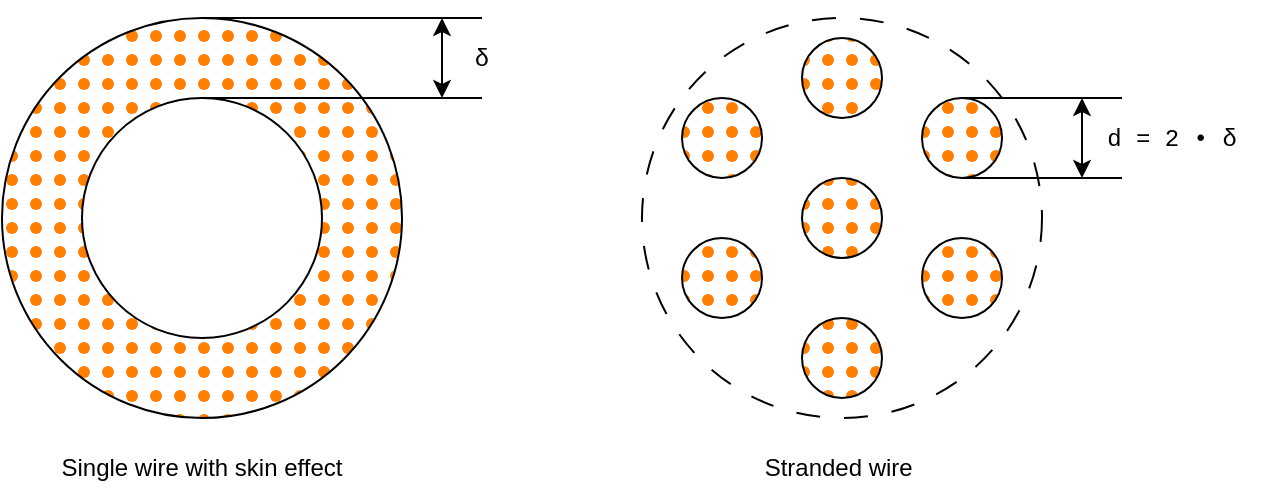
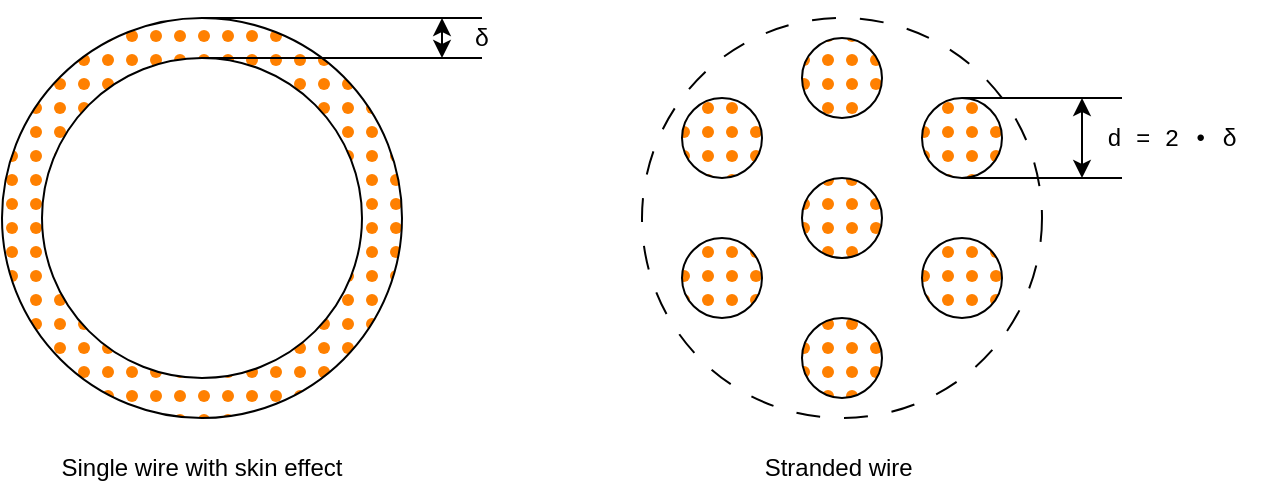
<mxfile host="Electron" agent="Mozilla/5.0 (Macintosh; Intel Mac OS X 10_15_7) AppleWebKit/537.36 (KHTML, like Gecko) draw.io/27.0.9 Chrome/134.0.6998.205 Electron/35.4.0 Safari/537.36" version="27.0.9">
  <diagram name="Page-1" id="DtA02MCZAmyAWzAIblyH">
-     <mxGraphModel dx="823" dy="590" grid="1" gridSize="10" guides="1" tooltips="1" connect="1" arrows="1" fold="1" page="1" pageScale="1" pageWidth="850" pageHeight="1100" math="0" shadow="0">
+     <mxGraphModel dx="1113" dy="799" grid="1" gridSize="10" guides="1" tooltips="1" connect="1" arrows="1" fold="1" page="1" pageScale="1" pageWidth="850" pageHeight="1100" math="0" shadow="0">
      <root>
        <mxCell id="0" />
        <mxCell id="1" parent="0" />
        <mxCell id="CJ5QHaKds9eVJ6smUBEt-15" value="" style="ellipse;whiteSpace=wrap;html=1;aspect=fixed;fillColor=none;dashed=1;dashPattern=12 12;" vertex="1" parent="1">
          <mxGeometry x="360" y="240" width="200" height="200" as="geometry" />
        </mxCell>
        <mxCell id="CJ5QHaKds9eVJ6smUBEt-1" value="" style="ellipse;whiteSpace=wrap;html=1;aspect=fixed;fillStyle=dots;fillColor=#FF8000;" vertex="1" parent="1">
          <mxGeometry x="40" y="240" width="200" height="200" as="geometry" />
        </mxCell>
        <mxCell id="CJ5QHaKds9eVJ6smUBEt-2" value="" style="ellipse;whiteSpace=wrap;html=1;aspect=fixed;fillStyle=dots;fillColor=#FF8000;" vertex="1" parent="1">
          <mxGeometry x="440" y="250" width="40" height="40" as="geometry" />
        </mxCell>
        <mxCell id="CJ5QHaKds9eVJ6smUBEt-3" value="" style="ellipse;whiteSpace=wrap;html=1;aspect=fixed;fillStyle=dots;fillColor=#FF8000;" vertex="1" parent="1">
          <mxGeometry x="440" y="320" width="40" height="40" as="geometry" />
        </mxCell>
        <mxCell id="CJ5QHaKds9eVJ6smUBEt-4" value="" style="ellipse;whiteSpace=wrap;html=1;aspect=fixed;fillStyle=dots;fillColor=#FF8000;" vertex="1" parent="1">
          <mxGeometry x="440" y="390" width="40" height="40" as="geometry" />
        </mxCell>
        <mxCell id="CJ5QHaKds9eVJ6smUBEt-5" value="" style="ellipse;whiteSpace=wrap;html=1;aspect=fixed;fillStyle=dots;fillColor=#FF8000;" vertex="1" parent="1">
          <mxGeometry x="500" y="280" width="40" height="40" as="geometry" />
        </mxCell>
        <mxCell id="CJ5QHaKds9eVJ6smUBEt-6" value="" style="ellipse;whiteSpace=wrap;html=1;aspect=fixed;fillStyle=dots;fillColor=#FF8000;" vertex="1" parent="1">
          <mxGeometry x="500" y="350" width="40" height="40" as="geometry" />
        </mxCell>
        <mxCell id="CJ5QHaKds9eVJ6smUBEt-7" value="" style="ellipse;whiteSpace=wrap;html=1;aspect=fixed;fillStyle=dots;fillColor=#FF8000;" vertex="1" parent="1">
          <mxGeometry x="380" y="280" width="40" height="40" as="geometry" />
        </mxCell>
        <mxCell id="CJ5QHaKds9eVJ6smUBEt-8" value="" style="ellipse;whiteSpace=wrap;html=1;aspect=fixed;fillStyle=dots;fillColor=#FF8000;" vertex="1" parent="1">
          <mxGeometry x="380" y="350" width="40" height="40" as="geometry" />
        </mxCell>
        <mxCell id="CJ5QHaKds9eVJ6smUBEt-9" value="" style="ellipse;whiteSpace=wrap;html=1;aspect=fixed;" vertex="1" parent="1">
-           <mxGeometry x="80" y="280" width="120" height="120" as="geometry" />
+           <mxGeometry x="60" y="260" width="160" height="160" as="geometry" />
        </mxCell>
-         <mxCell id="CJ5QHaKds9eVJ6smUBEt-10" value="" style="endArrow=classic;startArrow=classic;html=1;rounded=0;" edge="1" parent="1">
+         <mxCell id="CJ5QHaKds9eVJ6smUBEt-10" value="" style="endArrow=classic;startArrow=classic;html=1;rounded=0;exitX=0;exitY=1;exitDx=0;exitDy=0;" edge="1" parent="1" source="CJ5QHaKds9eVJ6smUBEt-14">
          <mxGeometry width="50" height="50" relative="1" as="geometry">
            <mxPoint x="260" y="280" as="sourcePoint" />
            <mxPoint x="260" y="240" as="targetPoint" />
          </mxGeometry>
        </mxCell>
        <mxCell id="CJ5QHaKds9eVJ6smUBEt-11" value="" style="endArrow=none;html=1;rounded=0;exitX=0.5;exitY=0;exitDx=0;exitDy=0;" edge="1" parent="1" source="CJ5QHaKds9eVJ6smUBEt-1">
          <mxGeometry width="50" height="50" relative="1" as="geometry">
            <mxPoint x="350" y="370" as="sourcePoint" />
            <mxPoint x="280" y="240" as="targetPoint" />
          </mxGeometry>
        </mxCell>
        <mxCell id="CJ5QHaKds9eVJ6smUBEt-13" value="" style="endArrow=none;html=1;rounded=0;exitX=0.5;exitY=0;exitDx=0;exitDy=0;" edge="1" parent="1">
          <mxGeometry width="50" height="50" relative="1" as="geometry">
-             <mxPoint x="140" y="280" as="sourcePoint" />
-             <mxPoint x="280" y="280" as="targetPoint" />
+             <mxPoint x="140" y="260" as="sourcePoint" />
+             <mxPoint x="280" y="260" as="targetPoint" />
          </mxGeometry>
        </mxCell>
        <mxCell id="CJ5QHaKds9eVJ6smUBEt-14" value="&lt;div style=&quot;font-family: Menlo, Monaco, &amp;quot;Courier New&amp;quot;, monospace; line-height: 18px; white-space: pre;&quot;&gt;&lt;span style=&quot;&quot;&gt;δ&lt;/span&gt;&lt;/div&gt;" style="text;html=1;align=center;verticalAlign=middle;whiteSpace=wrap;rounded=0;fillColor=none;fontColor=#000000;labelBackgroundColor=none;" vertex="1" parent="1">
-           <mxGeometry x="260" y="240" width="40" height="40" as="geometry" />
+           <mxGeometry x="260" y="240" width="40" height="20" as="geometry" />
        </mxCell>
-         <mxCell id="CJ5QHaKds9eVJ6smUBEt-16" value="Single wire with skin effect" style="text;html=1;align=center;verticalAlign=middle;whiteSpace=wrap;rounded=0;" vertex="1" parent="1">
+         <mxCell id="CJ5QHaKds9eVJ6smUBEt-16" value="Single wire with skin effect" style="text;html=1;align=center;verticalAlign=middle;whiteSpace=wrap;rounded=0;fontColor=#000000;" vertex="1" parent="1">
          <mxGeometry x="40" y="450" width="200" height="30" as="geometry" />
        </mxCell>
-         <mxCell id="CJ5QHaKds9eVJ6smUBEt-17" value="Stranded wire&amp;nbsp;" style="text;html=1;align=center;verticalAlign=middle;whiteSpace=wrap;rounded=0;" vertex="1" parent="1">
+         <mxCell id="CJ5QHaKds9eVJ6smUBEt-17" value="Stranded wire&amp;nbsp;" style="text;html=1;align=center;verticalAlign=middle;whiteSpace=wrap;rounded=0;fontColor=#000000;" vertex="1" parent="1">
          <mxGeometry x="360" y="450" width="200" height="30" as="geometry" />
        </mxCell>
        <mxCell id="CJ5QHaKds9eVJ6smUBEt-18" value="" style="endArrow=none;html=1;rounded=0;exitX=0.5;exitY=0;exitDx=0;exitDy=0;" edge="1" parent="1">
          <mxGeometry width="50" height="50" relative="1" as="geometry">
            <mxPoint x="520" y="280" as="sourcePoint" />
            <mxPoint x="600" y="280" as="targetPoint" />
          </mxGeometry>
        </mxCell>
        <mxCell id="CJ5QHaKds9eVJ6smUBEt-19" value="" style="endArrow=none;html=1;rounded=0;exitX=0.5;exitY=0;exitDx=0;exitDy=0;" edge="1" parent="1">
          <mxGeometry width="50" height="50" relative="1" as="geometry">
            <mxPoint x="520" y="320" as="sourcePoint" />
            <mxPoint x="600" y="320" as="targetPoint" />
          </mxGeometry>
        </mxCell>
        <mxCell id="CJ5QHaKds9eVJ6smUBEt-20" value="&lt;div style=&quot;font-family: Menlo, Monaco, &amp;quot;Courier New&amp;quot;, monospace; line-height: 18px; white-space: pre;&quot;&gt;&lt;span style=&quot;&quot;&gt;d = 2 • δ&lt;/span&gt;&lt;/div&gt;" style="text;html=1;align=center;verticalAlign=middle;whiteSpace=wrap;rounded=0;fillColor=none;fontColor=#000000;labelBackgroundColor=none;" vertex="1" parent="1">
          <mxGeometry x="580" y="280" width="90" height="40" as="geometry" />
        </mxCell>
        <mxCell id="CJ5QHaKds9eVJ6smUBEt-21" value="" style="endArrow=classic;startArrow=classic;html=1;rounded=0;" edge="1" parent="1">
          <mxGeometry width="50" height="50" relative="1" as="geometry">
            <mxPoint x="580" y="320" as="sourcePoint" />
            <mxPoint x="580" y="280" as="targetPoint" />
          </mxGeometry>
        </mxCell>
      </root>
    </mxGraphModel>
  </diagram>
</mxfile>
